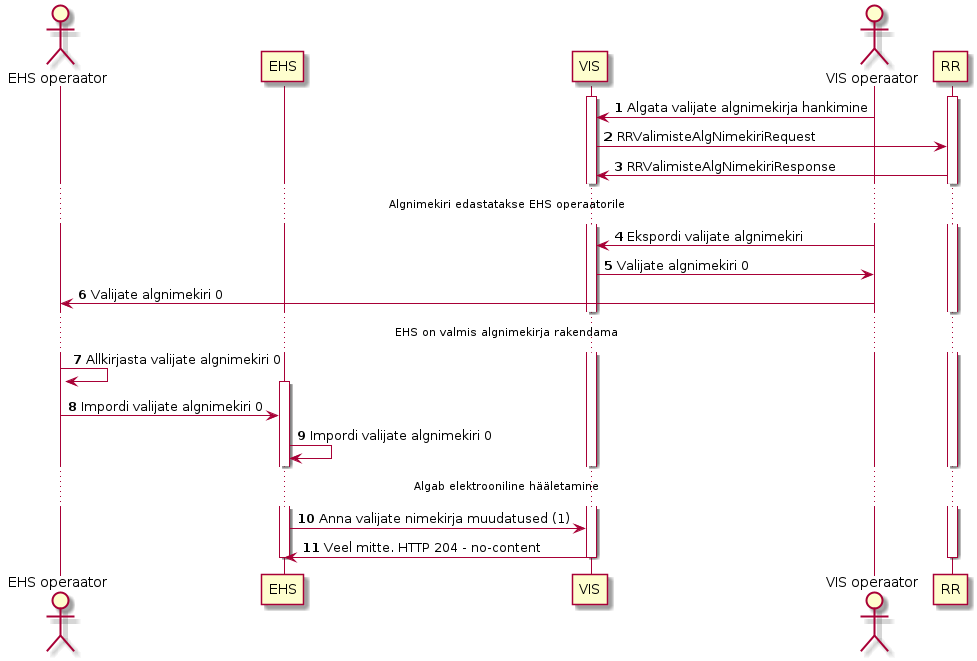
The PlantUML diagram model/list_initial.png in ivarsmolin/VIS3-EHS, before a commit.
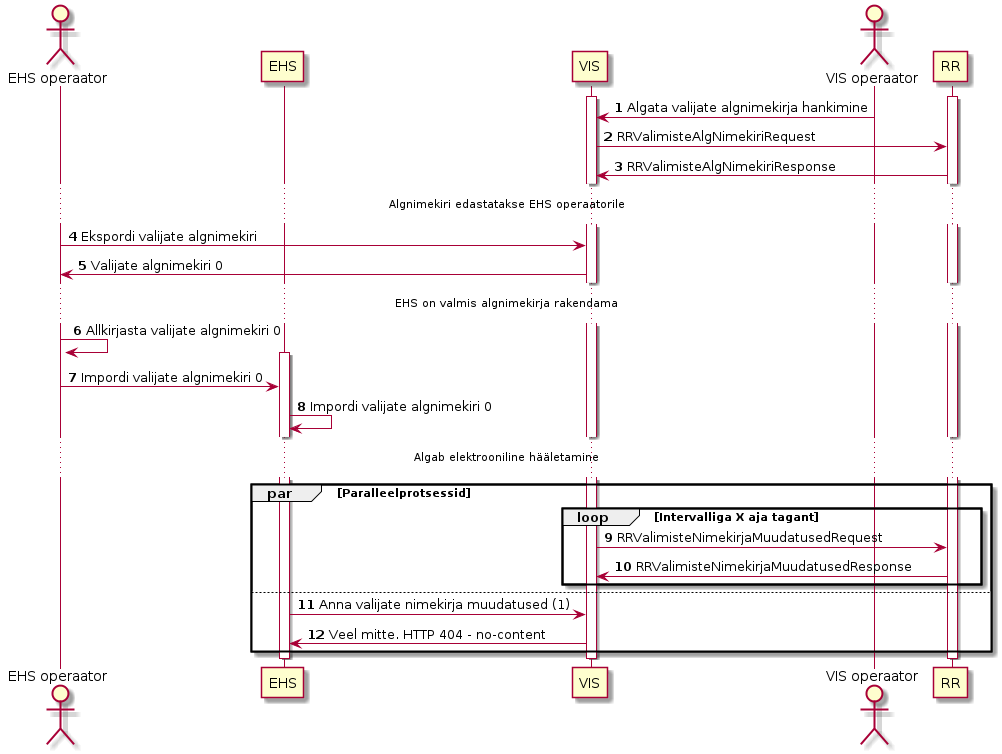
Above is the later version.

Diff of the diagram source:
```diff
@@ -1,4 +1,5 @@
 @startuml
+
 autonumber
 actor "EHS operaator" as ac_ehs
 participant "EHS" as ehs
@@ -15,9 +16,8 @@
 
 ...Algnimekiri edastatakse EHS operaatorile...
 
-ac_vis -> vis: Ekspordi valijate algnimekiri
-vis -> ac_vis: Valijate algnimekiri 0
-ac_vis -> ac_ehs: Valijate algnimekiri 0
+ac_ehs -> vis: Ekspordi valijate algnimekiri
+vis -> ac_ehs: Valijate algnimekiri 0
 
 ...EHS on valmis algnimekirja rakendama...
 
@@ -27,9 +27,18 @@
 ehs -> ehs: Impordi valijate algnimekiri 0
 
 ...Algab elektrooniline hääletamine...
+par Paralleelprotsessid
+	loop Intervalliga X aja tagant
+      vis -> rr : RRValimisteNimekirjaMuudatusedRequest
+      rr -> vis : RRValimisteNimekirjaMuudatusedResponse
+	end
 
-ehs -> vis : Anna valijate nimekirja muudatused (1)
-vis -> ehs : Veel mitte. HTTP 204 - no-content
+	else
+
+	ehs -> vis : Anna valijate nimekirja muudatused (1)
+	vis -> ehs : Veel mitte. HTTP 404 - no-content
+
+end
 
 deactivate vis
 deactivate rr
```
